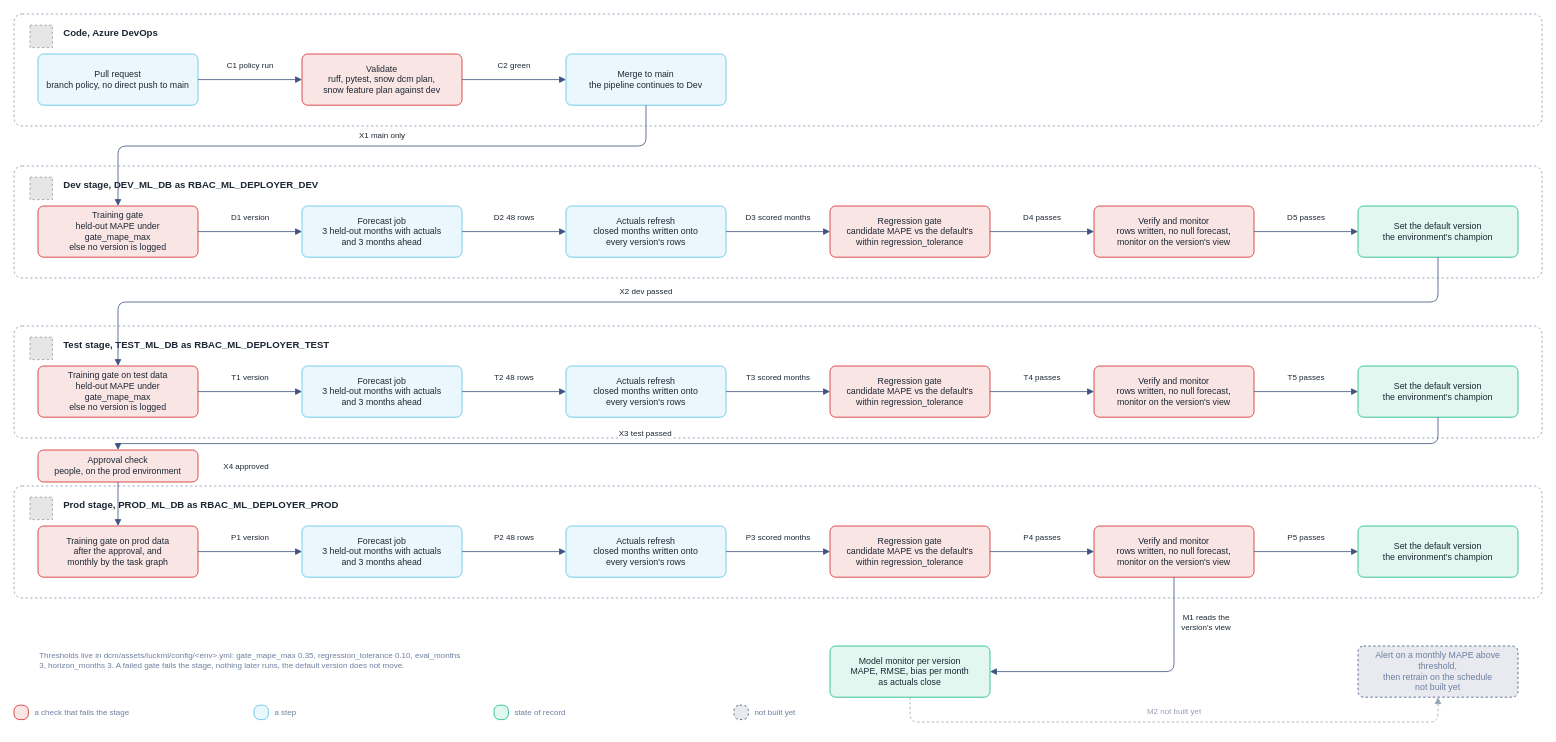
This is img/quality-gates.drawio from SonOfLope/snowflake-mlops, a draw.io file, before an edit. Source tidied: cells renumbered, new cells numbered last; positions are measured from the earlier drawing's top-left corner, leaving out a move shared by most shapes. Both pictures are drawn from the tidied source at 80%, with x=0, y=0 at pixel (14, 14). Pictures stored in the file or linked from it are replaced by grey dashed boxes.
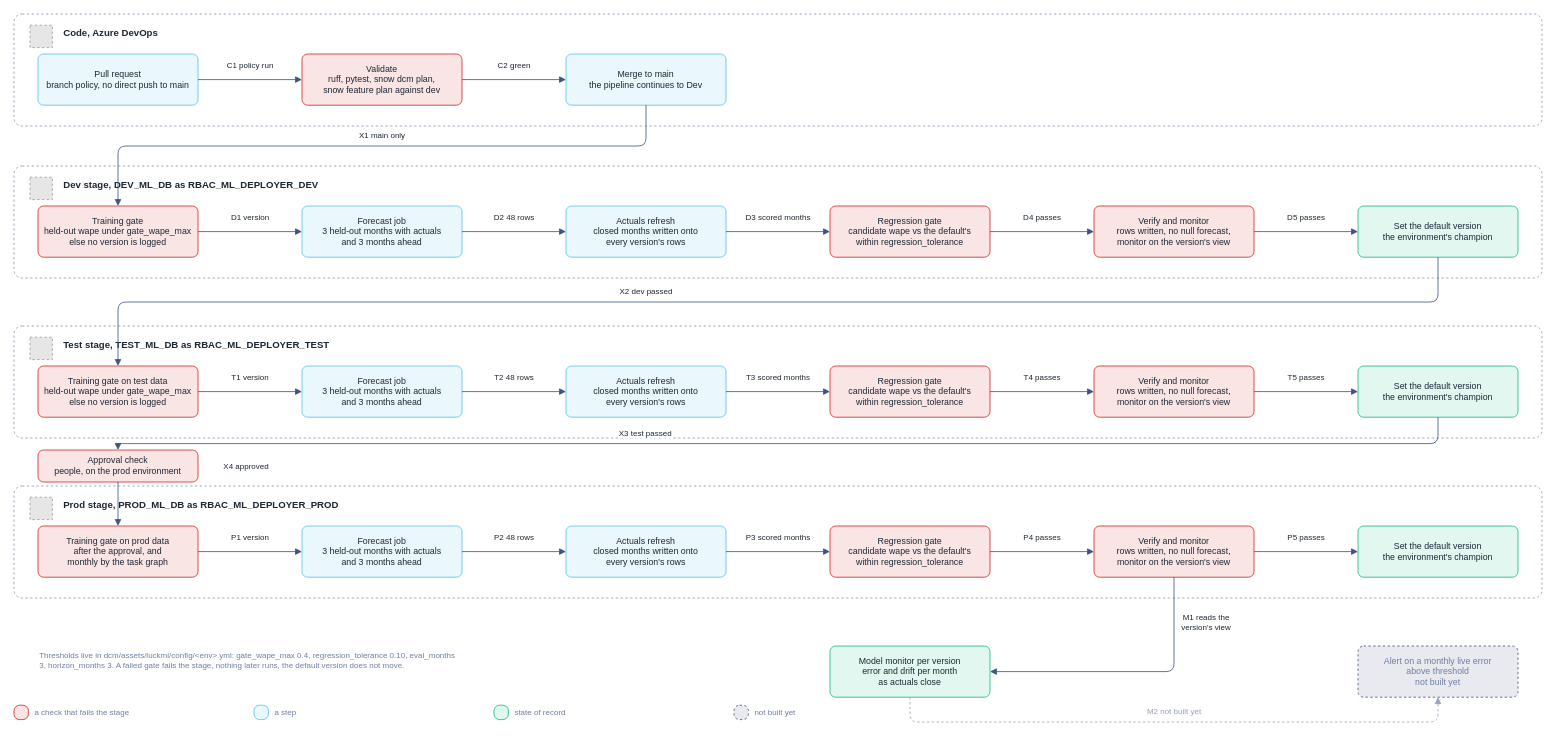
After the change.

Diff of the diagram source:
```diff
@@
-    <mxCell id="11" value="Training gate&lt;br&gt;held-out MAPE under gate_mape_max&lt;br&gt;else no version is logged" style="rounded=1;absoluteArcSize=1;arcSize=14;whiteSpace=wrap;html=1;fontSize=11;fontFamily=Arial;fontColor=#1C2733;fillColor=#fae5e5;strokeColor=#D22323;spacing=8;" parent="1" vertex="1">
+    <mxCell id="11" value="Training gate&lt;br&gt;held-out wape under gate_wape_max&lt;br&gt;else no version is logged" style="rounded=1;absoluteArcSize=1;arcSize=14;whiteSpace=wrap;html=1;fontSize=11;fontFamily=Arial;fontColor=#1C2733;fillColor=#fae5e5;strokeColor=#D22323;spacing=8;" parent="1" vertex="1">
       <mxGeometry x="30" y="240" width="200" height="64" as="geometry" />
     </mxCell>
@@
-    <mxCell id="14" value="Regression gate&lt;br&gt;candidate MAPE vs the default's&lt;br&gt;within regression_tolerance" style="rounded=1;absoluteArcSize=1;arcSize=14;whiteSpace=wrap;html=1;fontSize=11;fontFamily=Arial;fontColor=#1C2733;fillColor=#fae5e5;strokeColor=#D22323;spacing=8;" parent="1" vertex="1">
+    <mxCell id="14" value="Regression gate&lt;br&gt;candidate wape vs the default's&lt;br&gt;within regression_tolerance" style="rounded=1;absoluteArcSize=1;arcSize=14;whiteSpace=wrap;html=1;fontSize=11;fontFamily=Arial;fontColor=#1C2733;fillColor=#fae5e5;strokeColor=#D22323;spacing=8;" parent="1" vertex="1">
       <mxGeometry x="1020" y="240" width="200" height="64" as="geometry" />
     </mxCell>
@@
-    <mxCell id="24" value="Training gate on test data&lt;br&gt;held-out MAPE under gate_mape_max&lt;br&gt;else no version is logged" style="rounded=1;absoluteArcSize=1;arcSize=14;whiteSpace=wrap;html=1;fontSize=11;fontFamily=Arial;fontColor=#1C2733;fillColor=#fae5e5;strokeColor=#D22323;spacing=8;" parent="1" vertex="1">
+    <mxCell id="24" value="Training gate on test data&lt;br&gt;held-out wape under gate_wape_max&lt;br&gt;else no version is logged" style="rounded=1;absoluteArcSize=1;arcSize=14;whiteSpace=wrap;html=1;fontSize=11;fontFamily=Arial;fontColor=#1C2733;fillColor=#fae5e5;strokeColor=#D22323;spacing=8;" parent="1" vertex="1">
       <mxGeometry x="30" y="440" width="200" height="64" as="geometry" />
     </mxCell>
@@
-    <mxCell id="27" value="Regression gate&lt;br&gt;candidate MAPE vs the default's&lt;br&gt;within regression_tolerance" style="rounded=1;absoluteArcSize=1;arcSize=14;whiteSpace=wrap;html=1;fontSize=11;fontFamily=Arial;fontColor=#1C2733;fillColor=#fae5e5;strokeColor=#D22323;spacing=8;" parent="1" vertex="1">
+    <mxCell id="27" value="Regression gate&lt;br&gt;candidate wape vs the default's&lt;br&gt;within regression_tolerance" style="rounded=1;absoluteArcSize=1;arcSize=14;whiteSpace=wrap;html=1;fontSize=11;fontFamily=Arial;fontColor=#1C2733;fillColor=#fae5e5;strokeColor=#D22323;spacing=8;" parent="1" vertex="1">
       <mxGeometry x="1020" y="440" width="200" height="64" as="geometry" />
     </mxCell>
@@
-    <mxCell id="40" value="Regression gate&lt;br&gt;candidate MAPE vs the default's&lt;br&gt;within regression_tolerance" style="rounded=1;absoluteArcSize=1;arcSize=14;whiteSpace=wrap;html=1;fontSize=11;fontFamily=Arial;fontColor=#1C2733;fillColor=#fae5e5;strokeColor=#D22323;spacing=8;" parent="1" vertex="1">
+    <mxCell id="40" value="Regression gate&lt;br&gt;candidate wape vs the default's&lt;br&gt;within regression_tolerance" style="rounded=1;absoluteArcSize=1;arcSize=14;whiteSpace=wrap;html=1;fontSize=11;fontFamily=Arial;fontColor=#1C2733;fillColor=#fae5e5;strokeColor=#D22323;spacing=8;" parent="1" vertex="1">
       <mxGeometry x="1020" y="640" width="200" height="64" as="geometry" />
     </mxCell>
@@
-    <mxCell id="53" value="Model monitor per version&lt;br&gt;MAPE, RMSE, bias per month&lt;br&gt;as actuals close" style="rounded=1;absoluteArcSize=1;arcSize=14;whiteSpace=wrap;html=1;fontSize=11;fontFamily=Arial;fontColor=#1C2733;fillColor=#e2f7f0;strokeColor=#0EB980;spacing=8;" parent="1" vertex="1">
+    <mxCell id="53" value="Model monitor per version&lt;br&gt;error and drift per month&lt;br&gt;as actuals close" style="rounded=1;absoluteArcSize=1;arcSize=14;whiteSpace=wrap;html=1;fontSize=11;fontFamily=Arial;fontColor=#1C2733;fillColor=#e2f7f0;strokeColor=#0EB980;spacing=8;" parent="1" vertex="1">
       <mxGeometry x="1020" y="790" width="200" height="64" as="geometry" />
     </mxCell>
-    <mxCell id="54" value="Alert on a monthly MAPE above threshold,&lt;br&gt;then retrain on the schedule&lt;br&gt;not built yet" style="rounded=1;absoluteArcSize=1;arcSize=14;whiteSpace=wrap;html=1;fontSize=11;fontFamily=Arial;fontColor=#1C2733;fillColor=#e8eaf0;strokeColor=#3E547F;dashed=1;fontColor=#6e7f9f;spacing=8;" parent="1" vertex="1">
+    <mxCell id="54" value="Alert on a monthly live error&lt;br&gt;above threshold&lt;br&gt;not built yet" style="rounded=1;absoluteArcSize=1;arcSize=14;whiteSpace=wrap;html=1;fontSize=11;fontFamily=Arial;fontColor=#1C2733;fillColor=#e8eaf0;strokeColor=#3E547F;dashed=1;fontColor=#6e7f9f;spacing=8;" parent="1" vertex="1">
       <mxGeometry x="1680" y="790" width="200" height="64" as="geometry" />
     </mxCell>
@@
-    <mxCell id="57" value="Thresholds live in dcm/assets/luckml/config/&amp;lt;env&amp;gt;.yml: gate_mape_max 0.35, regression_tolerance 0.10, eval_months 3, horizon_months 3. A failed gate fails the stage, nothing later runs, the default version does not move." style="text;html=1;align=left;verticalAlign=top;whiteSpace=wrap;fontSize=10;fontFamily=Arial;fontColor=#6e7f9f;" parent="1" vertex="1">
+    <mxCell id="57" value="Thresholds live in dcm/assets/luckml/config/&amp;lt;env&amp;gt;.yml: gate_wape_max 0.4, regression_tolerance 0.10, eval_months 3, horizon_months 3. A failed gate fails the stage, nothing later runs, the default version does not move." style="text;html=1;align=left;verticalAlign=top;whiteSpace=wrap;fontSize=10;fontFamily=Arial;fontColor=#6e7f9f;" parent="1" vertex="1">
       <mxGeometry x="30" y="790" width="530" height="64" as="geometry" />
     </mxCell>
```
